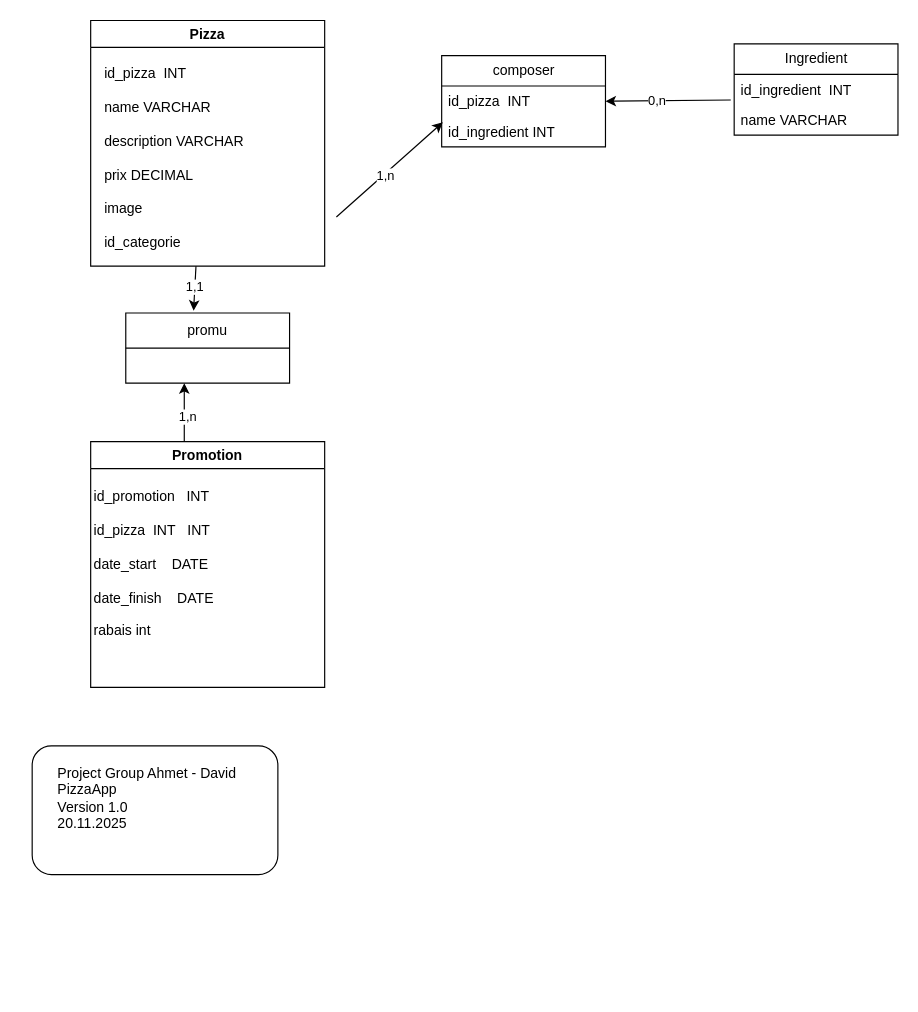
Above: docs/Ahmet_David_Pizza.drawio in akrblt/ICT-321-Ahmet_David (draw.io), before the change. Source tidied: cells renumbered, new cells numbered last; positions are measured from the earlier drawing's top-left corner, leaving out a move shared by most shapes. Both pictures are drawn from the tidied source at 117%, with x=0, y=0 at pixel (32, 20).
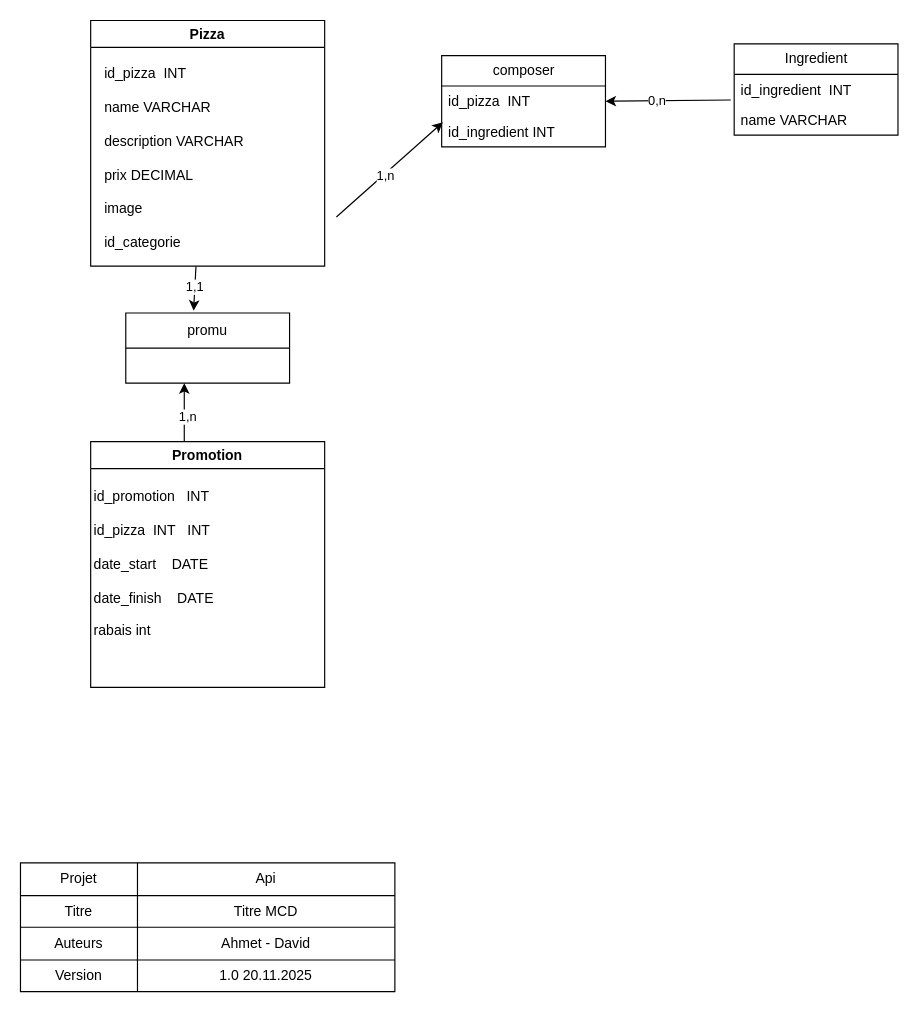
The same page after the edit.

Diff of the diagram source:
```diff
@@
-    <mxCell id="12" style="rounded=1;whiteSpace=wrap;html=1;" parent="1" vertex="1">
-      <mxGeometry y="620" width="210" height="110" as="geometry" />
-    </mxCell>
-    <mxCell id="13" value="Project Group Ahmet - David&lt;div&gt;&lt;span style=&quot;background-color: transparent; color: light-dark(rgb(0, 0, 0), rgb(255, 255, 255));&quot;&gt;PizzaApp&lt;/span&gt;&lt;/div&gt;&lt;div&gt;&lt;div&gt;&lt;span style=&quot;background-color: transparent; color: light-dark(rgb(0, 0, 0), rgb(255, 255, 255));&quot;&gt;Version 1.0&lt;/span&gt;&lt;/div&gt;&lt;div&gt;20.11.2025&lt;/div&gt;&lt;/div&gt;" style="text;html=1;align=left;verticalAlign=middle;whiteSpace=wrap;rounded=0;" parent="1" vertex="1">
-      <mxGeometry x="20" y="620" width="190" height="90" as="geometry" />
-    </mxCell>
@@
+    <mxCell id="23" style="shape=table;html=1;whiteSpace=wrap;startSize=0;childLayout=tableLayout;" parent="1" vertex="1">
+      <mxGeometry x="-10" y="720" width="320" height="110" as="geometry" />
+    </mxCell>
+    <mxCell id="24" style="shape=partialRectangle;html=1;whiteSpace=wrap;fillColor=none;top=0;left=0;bottom=0;right=0;" parent="23" vertex="1">
+      <mxGeometry width="320" height="28" as="geometry" />
+    </mxCell>
+    <mxCell id="25" value="Projet" style="shape=partialRectangle;html=1;whiteSpace=wrap;overflow=hidden;fillColor=none;top=0;left=0;bottom=0;right=0;" parent="24" vertex="1">
+      <mxGeometry width="100" height="28" as="geometry" />
+    </mxCell>
+    <mxCell id="26" value="Api" style="shape=partialRectangle;html=1;whiteSpace=wrap;overflow=hidden;fillColor=none;top=0;left=0;bottom=0;right=0;" parent="24" vertex="1">
+      <mxGeometry x="100" width="220" height="28" as="geometry" />
+    </mxCell>
+    <mxCell id="27" style="shape=partialRectangle;html=1;whiteSpace=wrap;fillColor=none;top=0;left=0;bottom=0;right=0;" parent="23" vertex="1">
+      <mxGeometry y="28" width="320" height="27" as="geometry" />
+    </mxCell>
+    <mxCell id="28" value="Titre" style="shape=partialRectangle;html=1;whiteSpace=wrap;overflow=hidden;fillColor=none;top=0;left=0;bottom=0;right=0;" parent="27" vertex="1">
+      <mxGeometry width="100" height="27" as="geometry" />
+    </mxCell>
+    <mxCell id="29" value="Titre MCD" style="shape=partialRectangle;html=1;whiteSpace=wrap;overflow=hidden;fillColor=none;top=0;left=0;bottom=0;right=0;" parent="27" vertex="1">
+      <mxGeometry x="100" width="220" height="27" as="geometry" />
+    </mxCell>
+    <mxCell id="30" style="shape=partialRectangle;html=1;whiteSpace=wrap;fillColor=none;top=0;left=0;bottom=0;right=0;" parent="23" vertex="1">
+      <mxGeometry y="55" width="320" height="28" as="geometry" />
+    </mxCell>
+    <mxCell id="31" value="Auteurs" style="shape=partialRectangle;html=1;whiteSpace=wrap;overflow=hidden;fillColor=none;top=0;left=0;bottom=0;right=0;" parent="30" vertex="1">
+      <mxGeometry width="100" height="28" as="geometry" />
+    </mxCell>
+    <mxCell id="32" value="Ahmet - David" style="shape=partialRectangle;html=1;whiteSpace=wrap;overflow=hidden;fillColor=none;top=0;left=0;bottom=0;right=0;" parent="30" vertex="1">
+      <mxGeometry x="100" width="220" height="28" as="geometry" />
+    </mxCell>
+    <mxCell id="33" style="shape=partialRectangle;html=1;whiteSpace=wrap;fillColor=none;top=0;left=0;bottom=0;right=0;" parent="23" vertex="1">
+      <mxGeometry y="83" width="320" height="27" as="geometry" />
+    </mxCell>
+    <mxCell id="34" value="Version" style="shape=partialRectangle;html=1;whiteSpace=wrap;overflow=hidden;fillColor=none;top=0;left=0;bottom=0;right=0;" parent="33" vertex="1">
+      <mxGeometry width="100" height="27" as="geometry" />
+    </mxCell>
+    <mxCell id="35" value="1.0 20.11.2025" style="shape=partialRectangle;html=1;whiteSpace=wrap;overflow=hidden;fillColor=none;top=0;left=0;bottom=0;right=0;" parent="33" vertex="1">
+      <mxGeometry x="100" width="220" height="27" as="geometry" />
+    </mxCell>
```
